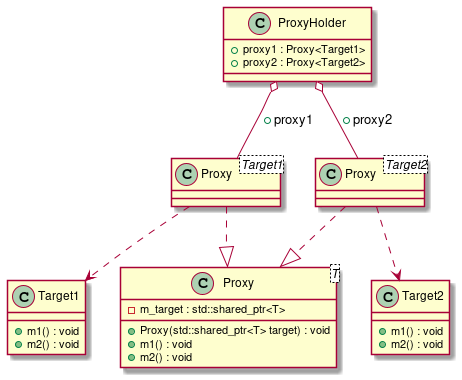
The PlantUML diagram docs/test_cases/t00025_class.png in bkryza/clang-uml, before a commit.
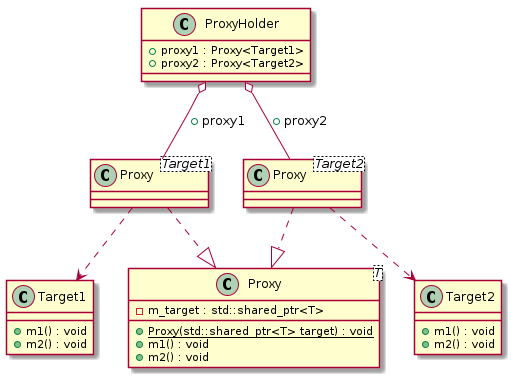
After the change.

Diff of the diagram source:
```diff
@@ -22,7 +22,7 @@
 }
 
 class C_0000000383 {
-+Proxy(std::shared_ptr<T> target) : void
+{static} +Proxy(std::shared_ptr<T> target) : void
 +m1() : void
 +m2() : void
 -m_target : std::shared_ptr<T>
```
